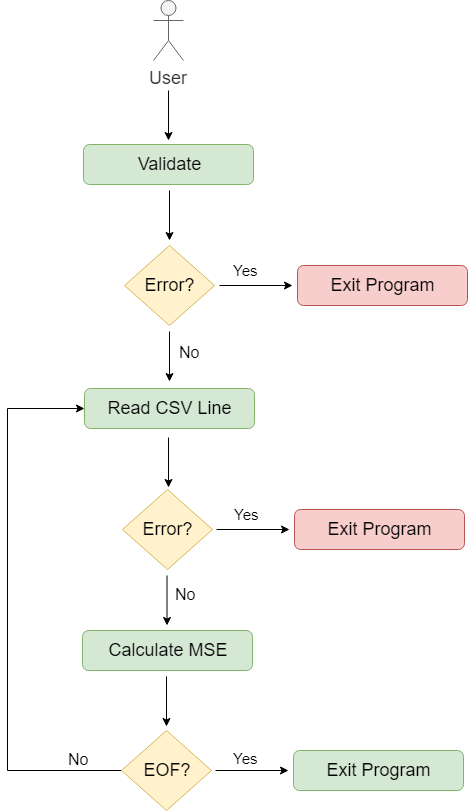
greg-rychlewski/image-compare keeps this draw.io diagram as _testdata/images/flowchart.png. Above is the earlier version. Source tidied: cells renumbered, new cells last; positions are measured from the earlier drawing's top-left corner, leaving out a move shared by most shapes.
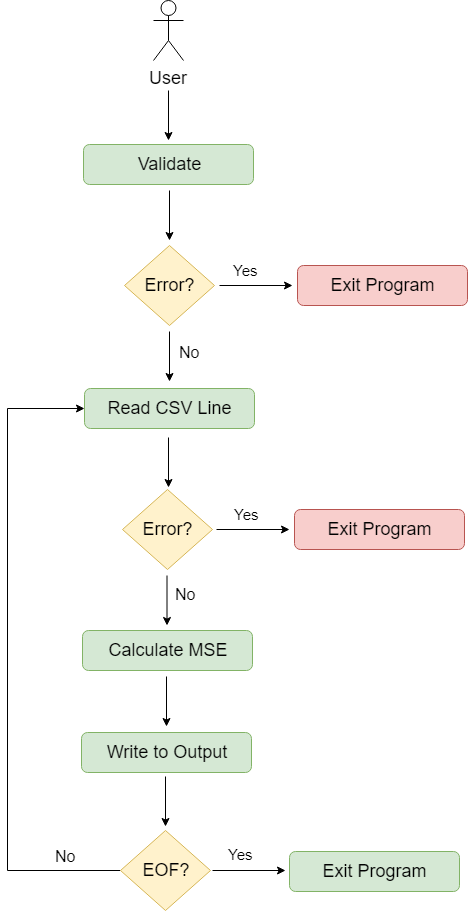
The same file after the commit.

Diff of the diagram source:
```diff
@@ -8,7 +8,7 @@
         <mxPoint x="161" y="140" as="targetPoint" />
       </mxGeometry>
     </mxCell>
-    <mxCell id="3" value="User" style="shape=umlActor;verticalLabelPosition=bottom;labelBackgroundColor=#ffffff;verticalAlign=top;html=1;fontSize=18;fillColor=#f5f5f5;strokeColor=#666666;fontColor=#333333;" parent="1" vertex="1">
+    <mxCell id="3" value="User" style="shape=umlActor;verticalLabelPosition=bottom;labelBackgroundColor=#ffffff;verticalAlign=top;html=1;fontSize=18;" parent="1" vertex="1">
       <mxGeometry x="146" width="30" height="60" as="geometry" />
     </mxCell>
     <mxCell id="4" value="&lt;font style=&quot;font-size: 18px&quot;&gt;Validate&lt;/font&gt;" style="rounded=1;whiteSpace=wrap;html=1;fillColor=#d5e8d4;strokeColor=#82b366;" parent="1" vertex="1">
@@ -50,13 +50,13 @@
     <mxCell id="13" style="edgeStyle=orthogonalEdgeStyle;rounded=0;jettySize=auto;html=1;exitX=0;exitY=0.5;exitDx=0;exitDy=0;entryX=0;entryY=0.5;entryDx=0;entryDy=0;fontSize=16;" parent="1" edge="1" source="14" target="12">
       <mxGeometry relative="1" as="geometry">
         <Array as="points">
-          <mxPoint y="770" />
+          <mxPoint y="870" />
           <mxPoint y="408" />
         </Array>
       </mxGeometry>
     </mxCell>
     <mxCell id="14" value="EOF?" style="rhombus;whiteSpace=wrap;html=1;fontSize=18;fillColor=#fff2cc;strokeColor=#d6b656;" parent="1" vertex="1">
-      <mxGeometry x="114" y="730" width="90" height="80" as="geometry" />
+      <mxGeometry x="113" y="830" width="90" height="80" as="geometry" />
     </mxCell>
     <mxCell id="15" style="edgeStyle=orthogonalEdgeStyle;rounded=0;orthogonalLoop=1;jettySize=auto;html=1;fontSize=18;" parent="1" edge="1">
       <mxGeometry relative="1" as="geometry">
@@ -98,19 +98,28 @@
       </mxGeometry>
     </mxCell>
     <mxCell id="24" value="Yes" style="text;html=1;align=left;verticalAlign=top;spacingTop=-4;fontSize=15;" parent="1" vertex="1">
-      <mxGeometry x="224" y="747" width="50" height="16" as="geometry" />
+      <mxGeometry x="219" y="843" width="50" height="16" as="geometry" />
     </mxCell>
     <mxCell id="25" style="edgeStyle=orthogonalEdgeStyle;rounded=0;orthogonalLoop=1;jettySize=auto;html=1;fontSize=18;" parent="1" edge="1">
       <mxGeometry relative="1" as="geometry">
-        <mxPoint x="208" y="770" as="sourcePoint" />
-        <mxPoint x="281" y="770" as="targetPoint" />
+        <mxPoint x="205" y="870" as="sourcePoint" />
+        <mxPoint x="278" y="870" as="targetPoint" />
       </mxGeometry>
     </mxCell>
     <mxCell id="26" value="&lt;font style=&quot;font-size: 18px&quot;&gt;Exit Program&lt;/font&gt;" style="rounded=1;whiteSpace=wrap;html=1;fillColor=#d5e8d4;strokeColor=#82b366;" parent="1" vertex="1">
-      <mxGeometry x="286" y="750" width="170" height="40" as="geometry" />
+      <mxGeometry x="282" y="851" width="170" height="40" as="geometry" />
     </mxCell>
+    <mxCell id="28" value="&lt;font style=&quot;font-size: 18px&quot;&gt;Write to Output&lt;/font&gt;" style="rounded=1;whiteSpace=wrap;html=1;fillColor=#d5e8d4;strokeColor=#82b366;" parent="1" vertex="1">
+      <mxGeometry x="74" y="732" width="170" height="40" as="geometry" />
+    </mxCell>
+    <mxCell id="29" style="edgeStyle=orthogonalEdgeStyle;rounded=0;orthogonalLoop=1;jettySize=auto;html=1;fontSize=18;" parent="1" edge="1">
+      <mxGeometry relative="1" as="geometry">
+        <mxPoint x="158" y="776" as="sourcePoint" />
+        <mxPoint x="158" y="826" as="targetPoint" />
+      </mxGeometry>
+    </mxCell>
     <mxCell id="27" value="No" style="text;html=1;align=left;verticalAlign=top;spacingTop=-4;fontSize=16;" parent="1" vertex="1">
-      <mxGeometry x="59" y="747" width="40" height="16" as="geometry" />
+      <mxGeometry x="46" y="844" width="40" height="16" as="geometry" />
     </mxCell>
   </root>
 </mxGraphModel>
```
